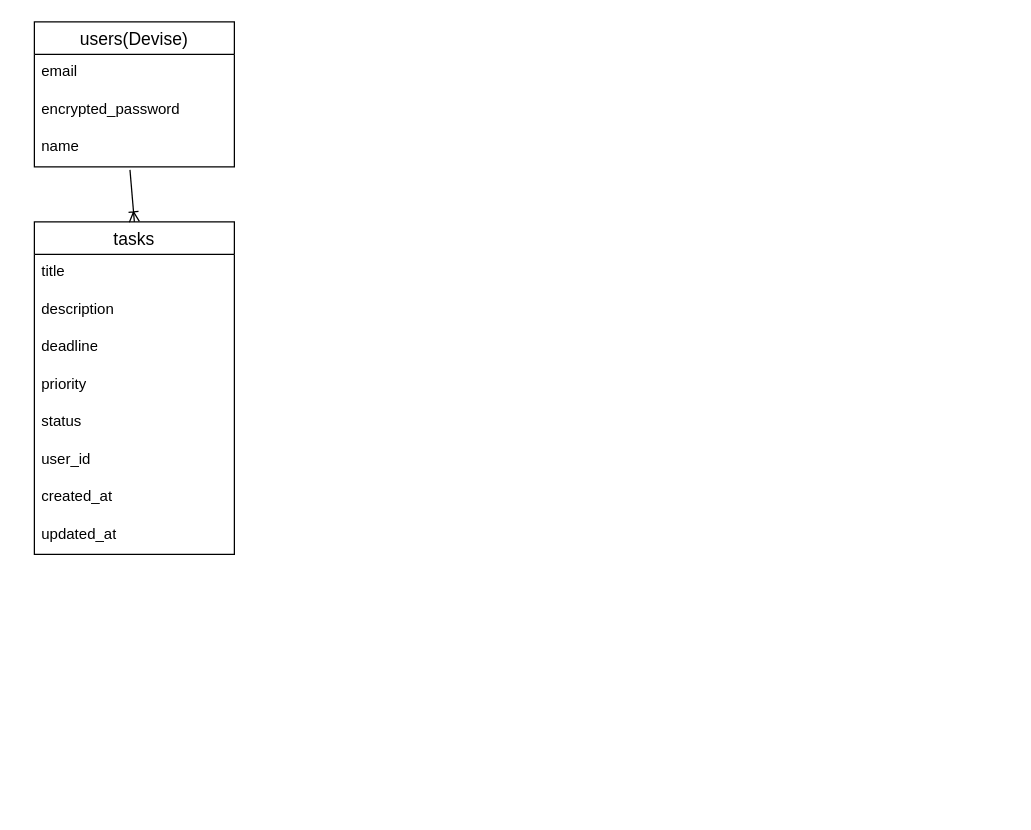
Before: ER.dio in ymshkdev/TaskStreamliner, a draw.io diagram. Source tidied: cells renumbered, new cells numbered last; positions are measured from the earlier drawing's top-left corner, leaving out a move shared by most shapes. Both pictures are drawn from the tidied source at 125%, with x=0, y=0 at pixel (34, 21).
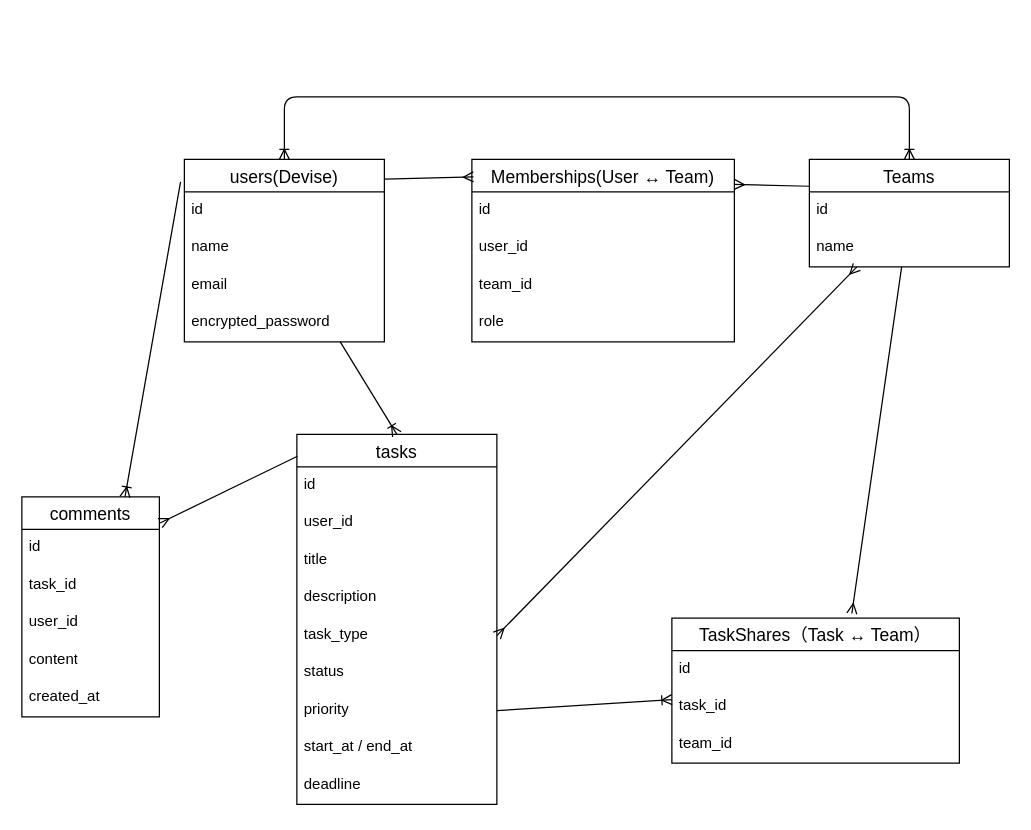
The same diagram, later.

Commit message (it also covers changes not shown here):
拡張に向けてER図とreadme記入

The edit, as a diff of the source:
```diff
@@
     <mxCell id="2" value="users(Devise)" style="swimlane;fontStyle=0;horizontal=1;startSize=26;align=center;fontSize=14;" parent="1" vertex="1">
-      <mxGeometry width="160" height="116" as="geometry" />
+      <mxGeometry x="120" y="110" width="160" height="146" as="geometry" />
     </mxCell>
+    <mxCell id="16" value="id" style="text;strokeColor=none;fillColor=none;spacingLeft=4;spacingRight=4;overflow=hidden;fontSize=12;whiteSpace=wrap;html=1;" parent="2" vertex="1">
+      <mxGeometry y="26" width="160" height="30" as="geometry" />
+    </mxCell>
+    <mxCell id="5" value="name" style="text;strokeColor=none;fillColor=none;spacingLeft=4;spacingRight=4;overflow=hidden;points=[[0,0.5],[1,0.5]];portConstraint=eastwest;fontSize=12;whiteSpace=wrap;html=1;" parent="2" vertex="1">
+      <mxGeometry y="56" width="160" height="30" as="geometry" />
+    </mxCell>
     <mxCell id="3" value="email" style="text;strokeColor=none;fillColor=none;spacingLeft=4;spacingRight=4;overflow=hidden;fontSize=12;whiteSpace=wrap;html=1;" parent="2" vertex="1">
-      <mxGeometry y="26" width="160" height="30" as="geometry" />
+      <mxGeometry y="86" width="160" height="30" as="geometry" />
     </mxCell>
     <mxCell id="4" value="encrypted_password" style="text;strokeColor=none;fillColor=none;spacingLeft=4;spacingRight=4;overflow=hidden;fontSize=12;whiteSpace=wrap;html=1;" parent="2" vertex="1">
-      <mxGeometry y="56" width="160" height="30" as="geometry" />
+      <mxGeometry y="116" width="160" height="30" as="geometry" />
     </mxCell>
-    <mxCell id="5" value="name" style="text;strokeColor=none;fillColor=none;spacingLeft=4;spacingRight=4;overflow=hidden;points=[[0,0.5],[1,0.5]];portConstraint=eastwest;fontSize=12;whiteSpace=wrap;html=1;" parent="2" vertex="1">
-      <mxGeometry y="86" width="160" height="30" as="geometry" />
-    </mxCell>
     <mxCell id="6" value="tasks" style="swimlane;fontStyle=0;horizontal=1;startSize=26;align=center;fontSize=14;" parent="1" vertex="1">
-      <mxGeometry y="160" width="160" height="266" as="geometry" />
+      <mxGeometry x="210" y="330" width="160" height="296" as="geometry" />
     </mxCell>
+    <mxCell id="17" value="id" style="text;strokeColor=none;fillColor=none;spacingLeft=4;spacingRight=4;overflow=hidden;fontSize=12;whiteSpace=wrap;html=1;" parent="6" vertex="1">
+      <mxGeometry y="26" width="160" height="30" as="geometry" />
+    </mxCell>
+    <mxCell id="12" value="user_id" style="text;strokeColor=none;fillColor=none;spacingLeft=4;spacingRight=4;overflow=hidden;fontSize=12;whiteSpace=wrap;html=1;" parent="6" vertex="1">
+      <mxGeometry y="56" width="160" height="30" as="geometry" />
+    </mxCell>
     <mxCell id="7" value="title" style="text;strokeColor=none;fillColor=none;spacingLeft=4;spacingRight=4;overflow=hidden;fontSize=12;whiteSpace=wrap;html=1;" parent="6" vertex="1">
-      <mxGeometry y="26" width="160" height="30" as="geometry" />
+      <mxGeometry y="86" width="160" height="30" as="geometry" />
     </mxCell>
     <mxCell id="8" value="description" style="text;strokeColor=none;fillColor=none;spacingLeft=4;spacingRight=4;overflow=hidden;fontSize=12;whiteSpace=wrap;html=1;" parent="6" vertex="1">
-      <mxGeometry y="56" width="160" height="30" as="geometry" />
+      <mxGeometry y="116" width="160" height="30" as="geometry" />
     </mxCell>
+    <mxCell id="18" value="task_type" style="text;strokeColor=none;fillColor=none;spacingLeft=4;spacingRight=4;overflow=hidden;points=[[0,0.5],[1,0.5]];portConstraint=eastwest;fontSize=12;whiteSpace=wrap;html=1;" parent="6" vertex="1">
+      <mxGeometry y="146" width="160" height="30" as="geometry" />
+    </mxCell>
+    <mxCell id="11" value="status" style="text;strokeColor=none;fillColor=none;spacingLeft=4;spacingRight=4;overflow=hidden;fontSize=12;whiteSpace=wrap;html=1;" parent="6" vertex="1">
+      <mxGeometry y="176" width="160" height="30" as="geometry" />
+    </mxCell>
+    <mxCell id="10" value="priority" style="text;strokeColor=none;fillColor=none;spacingLeft=4;spacingRight=4;overflow=hidden;points=[[0,0.5],[1,0.5]];portConstraint=eastwest;fontSize=12;whiteSpace=wrap;html=1;" parent="6" vertex="1">
+      <mxGeometry y="206" width="160" height="30" as="geometry" />
+    </mxCell>
+    <mxCell id="13" value="start_at / end_at" style="text;strokeColor=none;fillColor=none;spacingLeft=4;spacingRight=4;overflow=hidden;fontSize=12;whiteSpace=wrap;html=1;" parent="6" vertex="1">
+      <mxGeometry y="236" width="160" height="30" as="geometry" />
+    </mxCell>
     <mxCell id="9" value="deadline" style="text;strokeColor=none;fillColor=none;spacingLeft=4;spacingRight=4;overflow=hidden;fontSize=12;whiteSpace=wrap;html=1;" parent="6" vertex="1">
-      <mxGeometry y="86" width="160" height="30" as="geometry" />
+      <mxGeometry y="266" width="160" height="30" as="geometry" />
     </mxCell>
-    <mxCell id="10" value="priority" style="text;strokeColor=none;fillColor=none;spacingLeft=4;spacingRight=4;overflow=hidden;points=[[0,0.5],[1,0.5]];portConstraint=eastwest;fontSize=12;whiteSpace=wrap;html=1;" parent="6" vertex="1">
-      <mxGeometry y="116" width="160" height="30" as="geometry" />
-    </mxCell>
-    <mxCell id="11" value="status" style="text;strokeColor=none;fillColor=none;spacingLeft=4;spacingRight=4;overflow=hidden;fontSize=12;whiteSpace=wrap;html=1;" parent="6" vertex="1">
-      <mxGeometry y="146" width="160" height="30" as="geometry" />
-    </mxCell>
-    <mxCell id="12" value="user_id" style="text;strokeColor=none;fillColor=none;spacingLeft=4;spacingRight=4;overflow=hidden;fontSize=12;whiteSpace=wrap;html=1;" parent="6" vertex="1">
-      <mxGeometry y="176" width="160" height="30" as="geometry" />
-    </mxCell>
-    <mxCell id="13" value="created_at" style="text;strokeColor=none;fillColor=none;spacingLeft=4;spacingRight=4;overflow=hidden;fontSize=12;whiteSpace=wrap;html=1;" parent="6" vertex="1">
-      <mxGeometry y="206" width="160" height="30" as="geometry" />
-    </mxCell>
-    <mxCell id="14" value="updated_at" style="text;strokeColor=none;fillColor=none;spacingLeft=4;spacingRight=4;overflow=hidden;fontSize=12;whiteSpace=wrap;html=1;" parent="6" vertex="1">
-      <mxGeometry y="236" width="160" height="30" as="geometry" />
-    </mxCell>
-    <mxCell id="15" style="fontSize=12;html=1;endArrow=ERoneToMany;exitX=0.478;exitY=1.08;exitDx=0;exitDy=0;exitPerimeter=0;entryX=0.5;entryY=0;entryDx=0;entryDy=0;" parent="1" edge="1" source="5" target="6">
+    <mxCell id="15" style="fontSize=12;html=1;endArrow=ERoneToMany;entryX=0.5;entryY=0;entryDx=0;entryDy=0;" parent="1" edge="1" source="2" target="6">
       <mxGeometry relative="1" as="geometry" />
     </mxCell>
+    <mxCell id="19" value="TaskShares（Task ↔ Team）" style="swimlane;fontStyle=0;horizontal=1;startSize=26;align=center;fontSize=14;" parent="1" vertex="1">
+      <mxGeometry x="510" y="477" width="230" height="116" as="geometry" />
+    </mxCell>
+    <mxCell id="20" value="id&amp;nbsp;" style="text;strokeColor=none;fillColor=none;spacingLeft=4;spacingRight=4;overflow=hidden;fontSize=12;whiteSpace=wrap;html=1;" parent="19" vertex="1">
+      <mxGeometry y="26" width="230" height="30" as="geometry" />
+    </mxCell>
+    <mxCell id="21" value="task_id" style="text;strokeColor=none;fillColor=none;spacingLeft=4;spacingRight=4;overflow=hidden;fontSize=12;whiteSpace=wrap;html=1;" parent="19" vertex="1">
+      <mxGeometry y="56" width="230" height="30" as="geometry" />
+    </mxCell>
+    <mxCell id="22" value="team_id" style="text;strokeColor=none;fillColor=none;spacingLeft=4;spacingRight=4;overflow=hidden;fontSize=12;whiteSpace=wrap;html=1;" parent="19" vertex="1">
+      <mxGeometry y="86" width="230" height="30" as="geometry" />
+    </mxCell>
+    <mxCell id="23" value="Teams" style="swimlane;fontStyle=0;horizontal=1;startSize=26;align=center;fontSize=14;" parent="1" vertex="1">
+      <mxGeometry x="620" y="110" width="160" height="86" as="geometry" />
+    </mxCell>
+    <mxCell id="24" value="id" style="text;strokeColor=none;fillColor=none;spacingLeft=4;spacingRight=4;overflow=hidden;fontSize=12;whiteSpace=wrap;html=1;" parent="23" vertex="1">
+      <mxGeometry y="26" width="160" height="30" as="geometry" />
+    </mxCell>
+    <mxCell id="25" value="name" style="text;strokeColor=none;fillColor=none;spacingLeft=4;spacingRight=4;overflow=hidden;fontSize=12;whiteSpace=wrap;html=1;" parent="23" vertex="1">
+      <mxGeometry y="56" width="160" height="30" as="geometry" />
+    </mxCell>
+    <mxCell id="26" value=" Memberships(User ↔ Team)" style="swimlane;fontStyle=0;horizontal=1;startSize=26;align=center;fontSize=14;" parent="1" vertex="1">
+      <mxGeometry x="350" y="110" width="210" height="146" as="geometry" />
+    </mxCell>
+    <mxCell id="27" value="id&amp;nbsp;" style="text;strokeColor=none;fillColor=none;spacingLeft=4;spacingRight=4;overflow=hidden;fontSize=12;whiteSpace=wrap;html=1;" parent="26" vertex="1">
+      <mxGeometry y="26" width="210" height="30" as="geometry" />
+    </mxCell>
+    <mxCell id="28" value="user_id" style="text;strokeColor=none;fillColor=none;spacingLeft=4;spacingRight=4;overflow=hidden;fontSize=12;whiteSpace=wrap;html=1;" parent="26" vertex="1">
+      <mxGeometry y="56" width="210" height="30" as="geometry" />
+    </mxCell>
+    <mxCell id="29" value="team_id" style="text;strokeColor=none;fillColor=none;spacingLeft=4;spacingRight=4;overflow=hidden;fontSize=12;whiteSpace=wrap;html=1;" parent="26" vertex="1">
+      <mxGeometry y="86" width="210" height="30" as="geometry" />
+    </mxCell>
+    <mxCell id="30" value="role" style="text;strokeColor=none;fillColor=none;spacingLeft=4;spacingRight=4;overflow=hidden;fontSize=12;whiteSpace=wrap;html=1;" parent="26" vertex="1">
+      <mxGeometry y="116" width="210" height="30" as="geometry" />
+    </mxCell>
+    <mxCell id="31" value="comments" style="swimlane;fontStyle=0;horizontal=1;startSize=26;align=center;fontSize=14;" parent="1" vertex="1">
+      <mxGeometry x="-10" y="380" width="110" height="176" as="geometry" />
+    </mxCell>
+    <mxCell id="32" value="id" style="text;strokeColor=none;fillColor=none;spacingLeft=4;spacingRight=4;overflow=hidden;fontSize=12;whiteSpace=wrap;html=1;" parent="31" vertex="1">
+      <mxGeometry y="26" width="110" height="30" as="geometry" />
+    </mxCell>
+    <mxCell id="33" value="task_id" style="text;strokeColor=none;fillColor=none;spacingLeft=4;spacingRight=4;overflow=hidden;fontSize=12;whiteSpace=wrap;html=1;" parent="31" vertex="1">
+      <mxGeometry y="56" width="110" height="30" as="geometry" />
+    </mxCell>
+    <mxCell id="34" value="user_id" style="text;strokeColor=none;fillColor=none;spacingLeft=4;spacingRight=4;overflow=hidden;fontSize=12;whiteSpace=wrap;html=1;" parent="31" vertex="1">
+      <mxGeometry y="86" width="110" height="30" as="geometry" />
+    </mxCell>
+    <mxCell id="35" value="content" style="text;strokeColor=none;fillColor=none;spacingLeft=4;spacingRight=4;overflow=hidden;fontSize=12;whiteSpace=wrap;html=1;" parent="31" vertex="1">
+      <mxGeometry y="116" width="110" height="30" as="geometry" />
+    </mxCell>
+    <mxCell id="36" value="created_at" style="text;strokeColor=none;fillColor=none;spacingLeft=4;spacingRight=4;overflow=hidden;fontSize=12;whiteSpace=wrap;html=1;" parent="31" vertex="1">
+      <mxGeometry y="146" width="110" height="30" as="geometry" />
+    </mxCell>
+    <mxCell id="37" style="fontSize=12;html=1;endArrow=ERoneToMany;entryX=0.75;entryY=0;entryDx=0;entryDy=0;exitX=-0.019;exitY=0.123;exitDx=0;exitDy=0;exitPerimeter=0;" parent="1" edge="1" source="2" target="31">
+      <mxGeometry relative="1" as="geometry" />
+    </mxCell>
+    <mxCell id="38" style="fontSize=12;html=1;endArrow=ERoneToMany;startArrow=ERoneToMany;exitX=0.5;exitY=0;exitDx=0;exitDy=0;entryX=0.5;entryY=0;entryDx=0;entryDy=0;edgeStyle=elbowEdgeStyle;elbow=vertical;" parent="1" edge="1" source="2" target="23">
+      <mxGeometry relative="1" as="geometry">
+        <Array as="points">
+          <mxPoint x="450" y="60" />
+        </Array>
+      </mxGeometry>
+    </mxCell>
+    <mxCell id="39" style="fontSize=12;html=1;endArrow=ERmany;exitX=1.001;exitY=0.108;exitDx=0;exitDy=0;exitPerimeter=0;entryX=0.006;entryY=0.096;entryDx=0;entryDy=0;entryPerimeter=0;" parent="1" edge="1" source="2" target="26">
+      <mxGeometry relative="1" as="geometry" />
+    </mxCell>
+    <mxCell id="40" style="fontSize=12;html=1;endArrow=ERmany;exitX=0;exitY=0.25;exitDx=0;exitDy=0;entryX=1;entryY=0.137;entryDx=0;entryDy=0;entryPerimeter=0;" parent="1" edge="1" source="23" target="26">
+      <mxGeometry relative="1" as="geometry" />
+    </mxCell>
+    <mxCell id="41" style="fontSize=12;html=1;endArrow=ERmany;startArrow=ERmany;exitX=1;exitY=0.5;exitDx=0;exitDy=0;" parent="1" edge="1" source="18" target="23">
+      <mxGeometry relative="1" as="geometry" />
+    </mxCell>
+    <mxCell id="42" style="fontSize=12;html=1;endArrow=ERmany;entryX=0.626;entryY=-0.032;entryDx=0;entryDy=0;entryPerimeter=0;" parent="1" edge="1" source="23" target="19">
+      <mxGeometry relative="1" as="geometry" />
+    </mxCell>
+    <mxCell id="43" style="fontSize=12;html=1;endArrow=ERoneToMany;exitX=1;exitY=0.5;exitDx=0;exitDy=0;" parent="1" edge="1" source="10" target="19">
+      <mxGeometry relative="1" as="geometry" />
+    </mxCell>
+    <mxCell id="44" style="fontSize=12;html=1;endArrow=ERmany;entryX=1.005;entryY=0.119;entryDx=0;entryDy=0;exitX=0.003;exitY=0.059;exitDx=0;exitDy=0;entryPerimeter=0;exitPerimeter=0;" parent="1" edge="1" source="6" target="31">
+      <mxGeometry relative="1" as="geometry" />
+    </mxCell>
```
